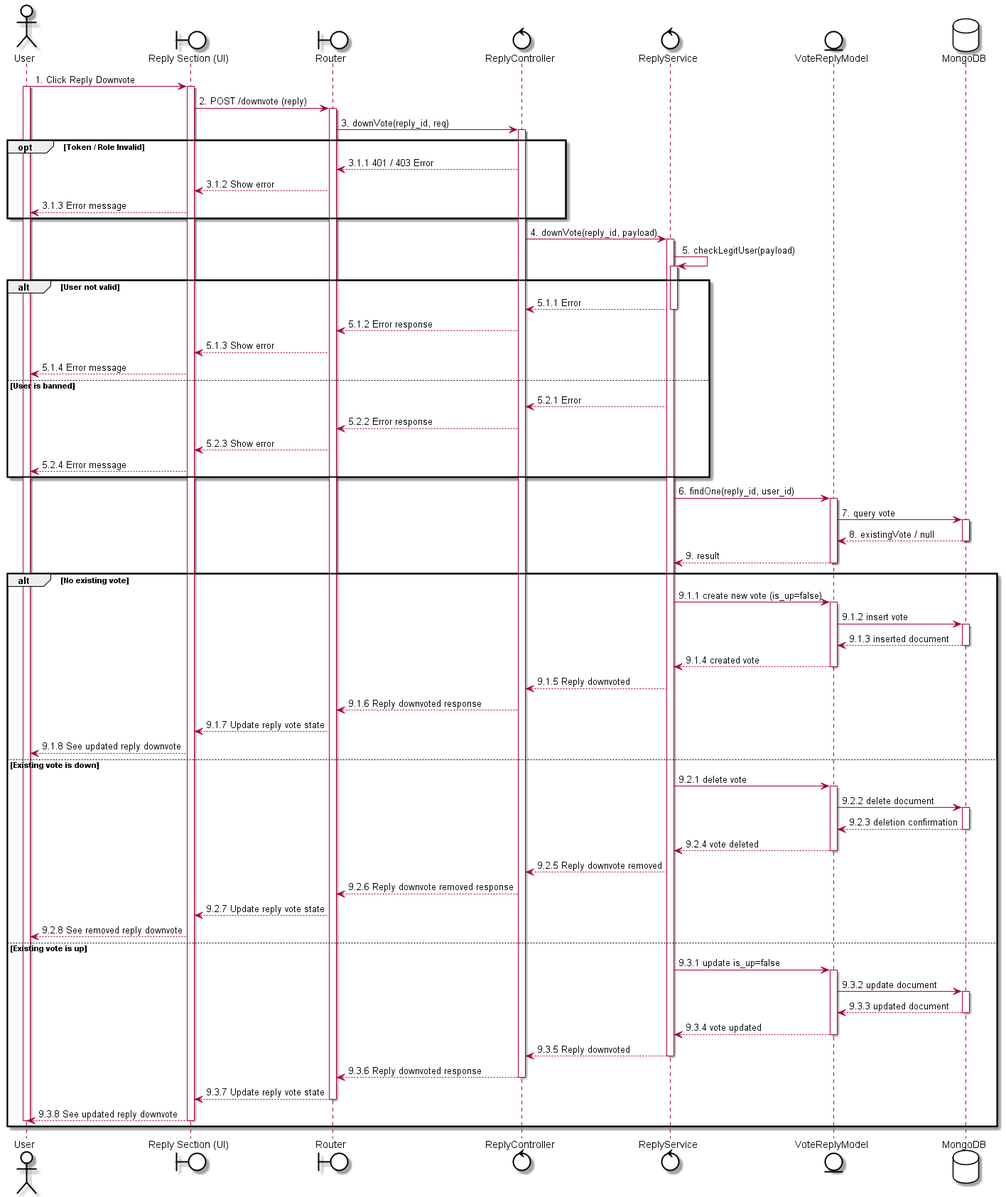
Before: out/uc48 - downvote reply/uc48 - downvote reply.png, a diagram exported from PlantUML (LGK1412/sequence_sep490_01). Its diagram source:
```plantuml
@startuml
skinparam {
    ActorBackgroundColor #FFFFFF
    BoundaryBackgroundColor #FFFFFF
    ControlBackgroundColor #FFFFFF
    EntityBackgroundColor #FFFFFF
    DatabaseBackgroundColor #FFFFFF

    ActorBorderColor black
    BoundaryBorderColor black
    ControlBorderColor black
    EntityBorderColor black
    DatabaseBorderColor black
}

actor User
boundary "Reply Section (UI)" as UI
boundary Router
control ReplyController
control ReplyService
entity VoteReplyModel
database MongoDB

User -> UI: 1. Click Reply Downvote
activate User
activate UI

UI -> Router: 2. POST /downvote (reply)
activate Router

Router -> ReplyController: 3. downVote(reply_id, req)
activate ReplyController

opt Token / Role Invalid
    ReplyController --> Router: 3.1.1 401 / 403 Error
    Router --> UI: 3.1.2 Show error
    UI --> User: 3.1.3 Error message
end

ReplyController -> ReplyService: 4. downVote(reply_id, payload)
activate ReplyService

ReplyService -> ReplyService: 5. checkLegitUser(payload)
activate ReplyService

alt User not valid
    ReplyService --> ReplyController: 5.1.1 Error
    deactivate ReplyService
    ReplyController --> Router: 5.1.2 Error response
    Router --> UI: 5.1.3 Show error
    UI --> User: 5.1.4 Error message
else User is banned
    ReplyService --> ReplyController: 5.2.1 Error
    ReplyController --> Router: 5.2.2 Error response
    Router --> UI: 5.2.3 Show error
    UI --> User: 5.2.4 Error message
end

ReplyService -> VoteReplyModel: 6. findOne(reply_id, user_id)
activate VoteReplyModel
VoteReplyModel -> MongoDB: 7. query vote
activate MongoDB
MongoDB --> VoteReplyModel: 8. existingVote / null
deactivate MongoDB
VoteReplyModel --> ReplyService: 9. result
deactivate VoteReplyModel

alt No existing vote
    ReplyService -> VoteReplyModel: 9.1.1 create new vote (is_up=false)
    activate VoteReplyModel
    VoteReplyModel -> MongoDB: 9.1.2 insert vote
    activate MongoDB
    MongoDB --> VoteReplyModel: 9.1.3 inserted document
    deactivate MongoDB
    VoteReplyModel --> ReplyService: 9.1.4 created vote
    deactivate VoteReplyModel
    ReplyService --> ReplyController: 9.1.5 Reply downvoted
    ReplyController --> Router: 9.1.6 Reply downvoted response
    Router --> UI: 9.1.7 Update reply vote state
    UI --> User: 9.1.8 See updated reply downvote
else Existing vote is down
    ReplyService -> VoteReplyModel: 9.2.1 delete vote
    activate VoteReplyModel
    VoteReplyModel -> MongoDB: 9.2.2 delete document
    activate MongoDB
    MongoDB --> VoteReplyModel: 9.2.3 deletion confirmation
    deactivate MongoDB
    VoteReplyModel --> ReplyService: 9.2.4 vote deleted
    deactivate VoteReplyModel
    ReplyService --> ReplyController: 9.2.5 Reply downvote removed
    ReplyController --> Router: 9.2.6 Reply downvote removed response
    Router --> UI: 9.2.7 Update reply vote state
    UI --> User: 9.2.8 See removed reply downvote
else Existing vote is up
    ReplyService -> VoteReplyModel: 9.3.1 update is_up=false
    activate VoteReplyModel
    VoteReplyModel -> MongoDB: 9.3.2 update document
    activate MongoDB
    MongoDB --> VoteReplyModel: 9.3.3 updated document
    deactivate MongoDB
    VoteReplyModel --> ReplyService: 9.3.4 vote updated
    deactivate VoteReplyModel
    ReplyService --> ReplyController: 9.3.5 Reply downvoted
    deactivate ReplyService
    ReplyController --> Router: 9.3.6 Reply downvoted response
    deactivate ReplyController
    Router --> UI: 9.3.7 Update reply vote state
    deactivate Router
    UI --> User: 9.3.8 See updated reply downvote
    deactivate UI
    deactivate User
end
@enduml
```
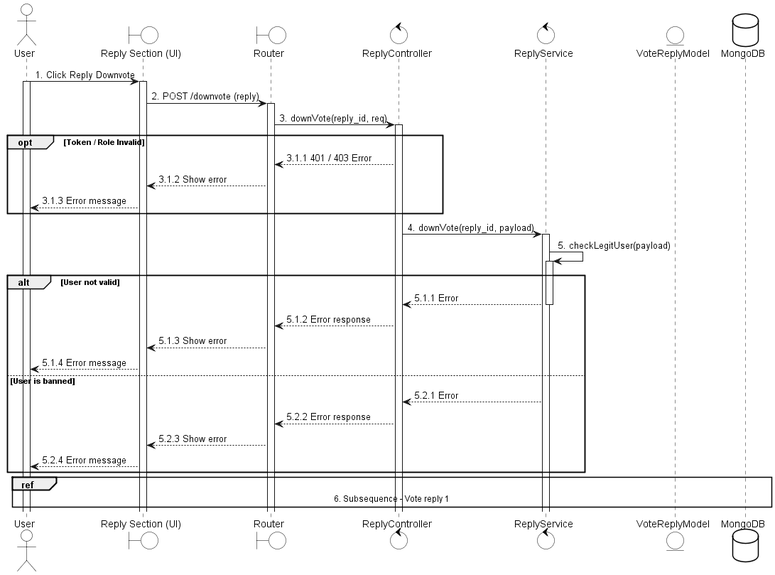
After the commit.

Diff of the diagram source:
```diff
@@ -56,58 +56,7 @@
     UI --> User: 5.2.4 Error message
 end
 
-ReplyService -> VoteReplyModel: 6. findOne(reply_id, user_id)
-activate VoteReplyModel
-VoteReplyModel -> MongoDB: 7. query vote
-activate MongoDB
-MongoDB --> VoteReplyModel: 8. existingVote / null
-deactivate MongoDB
-VoteReplyModel --> ReplyService: 9. result
-deactivate VoteReplyModel
-
-alt No existing vote
-    ReplyService -> VoteReplyModel: 9.1.1 create new vote (is_up=false)
-    activate VoteReplyModel
-    VoteReplyModel -> MongoDB: 9.1.2 insert vote
-    activate MongoDB
-    MongoDB --> VoteReplyModel: 9.1.3 inserted document
-    deactivate MongoDB
-    VoteReplyModel --> ReplyService: 9.1.4 created vote
-    deactivate VoteReplyModel
-    ReplyService --> ReplyController: 9.1.5 Reply downvoted
-    ReplyController --> Router: 9.1.6 Reply downvoted response
-    Router --> UI: 9.1.7 Update reply vote state
-    UI --> User: 9.1.8 See updated reply downvote
-else Existing vote is down
-    ReplyService -> VoteReplyModel: 9.2.1 delete vote
-    activate VoteReplyModel
-    VoteReplyModel -> MongoDB: 9.2.2 delete document
-    activate MongoDB
-    MongoDB --> VoteReplyModel: 9.2.3 deletion confirmation
-    deactivate MongoDB
-    VoteReplyModel --> ReplyService: 9.2.4 vote deleted
-    deactivate VoteReplyModel
-    ReplyService --> ReplyController: 9.2.5 Reply downvote removed
-    ReplyController --> Router: 9.2.6 Reply downvote removed response
-    Router --> UI: 9.2.7 Update reply vote state
-    UI --> User: 9.2.8 See removed reply downvote
-else Existing vote is up
-    ReplyService -> VoteReplyModel: 9.3.1 update is_up=false
-    activate VoteReplyModel
-    VoteReplyModel -> MongoDB: 9.3.2 update document
-    activate MongoDB
-    MongoDB --> VoteReplyModel: 9.3.3 updated document
-    deactivate MongoDB
-    VoteReplyModel --> ReplyService: 9.3.4 vote updated
-    deactivate VoteReplyModel
-    ReplyService --> ReplyController: 9.3.5 Reply downvoted
-    deactivate ReplyService
-    ReplyController --> Router: 9.3.6 Reply downvoted response
-    deactivate ReplyController
-    Router --> UI: 9.3.7 Update reply vote state
-    deactivate Router
-    UI --> User: 9.3.8 See updated reply downvote
-    deactivate UI
-    deactivate User
-end
+ref over User, MongoDB
+    6. Subsequence - Vote reply 1
+end ref
 @enduml
```
